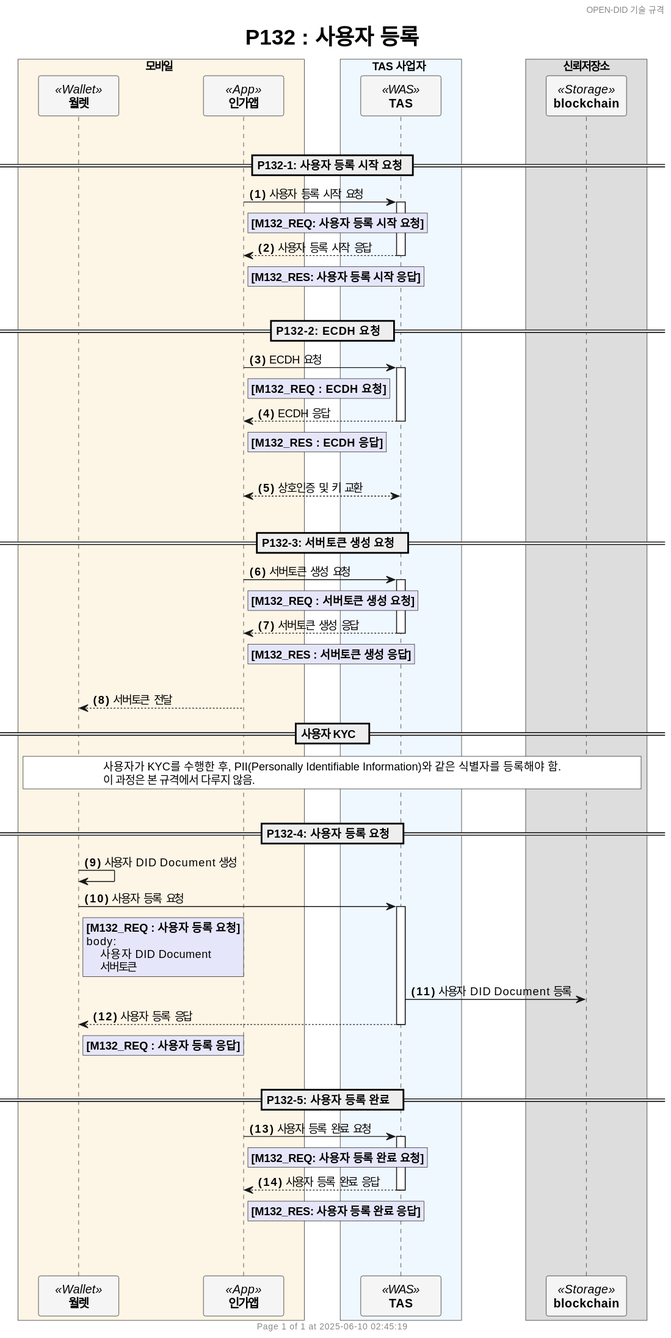
The PlantUML diagram docs/sequence/simple/images/P132_user_register_simple_ko.svg in OmniOneID/did-doc-architecture, before a commit. Its diagram source:
```plantuml
@startuml
header OPEN-DID 기술 규격
footer
  	Page %page% of %lastpage% at %date("yyyy-MM-dd hh:mm:ss")
end footer

title
	<size:25>P132 : 사용자 등록</size>
end title

autonumber "<b>(#)</b>"

skinparam ParticipantPadding 20
skinparam BoxPadding 20
skinparam MaxMessageSize 500
skinparam MinClassWidth 80


box 모바일 #OldLace
    participant "**월렛**" as WALLET <<Wallet>> #WhiteSmoke
    participant "**인가앱**" as CA <<App>> #WhiteSmoke
end box

box TAS 사업자 #AliceBlue
    participant "**TAS**" as TAS <<WAS>> #WhiteSmoke
end box

box 신뢰저장소
    participant "**blockchain**" as BC <<Storage>> #WhiteSmoke
end box

!$refdoc = "별도 문서 참조"
!$doc = "데이터명세 문서 참조"

|||

== P132-1: 사용자 등록 시작 요청 ==
CA -> TAS++: 사용자 등록 시작 요청
rnote right of CA #Lavender
    **[M132_REQ: 사용자 등록 시작 요청]**
end note

TAS --> CA--: 사용자 등록 시작 응답
rnote right of CA #Lavender
    **[M132_RES: 사용자 등록 시작 응답]**
end note


|||
== P132-2: ECDH 요청  ==
CA -> TAS++ : ECDH 요청
rnote right of CA #Lavender
    **[M132_REQ : ECDH 요청]**
end note

TAS --> CA--: ECDH 응답
rnote right of CA #Lavender
    **[M132_RES : ECDH 응답]**
end note

|||
CA <--> TAS : 상호인증 및 키 교환

|||
== P132-3: 서버토큰 생성 요청  ==
CA -> TAS++ : 서버토큰 생성 요청
rnote right of CA #Lavender
    **[M132_REQ : 서버토큰 생성 요청]**
end note

TAS --> CA--: 서버토큰 생성 응답
rnote right of CA #Lavender
    **[M132_RES : 서버토큰 생성 응답]**
end note

|||
CA --> WALLET : 서버토큰 전달


== 사용자 KYC  ==
rnote across #white
    사용자가 KYC를 수행한 후, PII(Personally Identifiable Information)와 같은 식별자를 등록해야 함.
    이 과정은 본 규격에서 다루지 않음.
end note


|||
== P132-4: 사용자 등록 요청  ==
WALLET -> WALLET: 사용자 DID Document 생성

WALLET -> TAS++: 사용자 등록 요청
rnote right of WALLET #Lavender
    **[M132_REQ : 사용자 등록 요청]**
    body:
        사용자 DID Document
        서버토큰
end note

TAS -> BC: 사용자 DID Document 등록

TAS --> WALLET--: 사용자 등록 응답
rnote right of WALLET #Lavender
    **[M132_REQ : 사용자 등록 응답]**
end note


|||
== P132-5: 사용자 등록 완료  ==
CA -> TAS++: 사용자 등록 완료 요청
rnote right of CA #Lavender
    **[M132_REQ: 사용자 등록 완료 요청]**
end note

TAS --> CA--: 사용자 등록 완료 응답
rnote right of CA #Lavender
    **[M132_RES: 사용자 등록 완료 응답]**
end note

|||
|||
@enduml
```
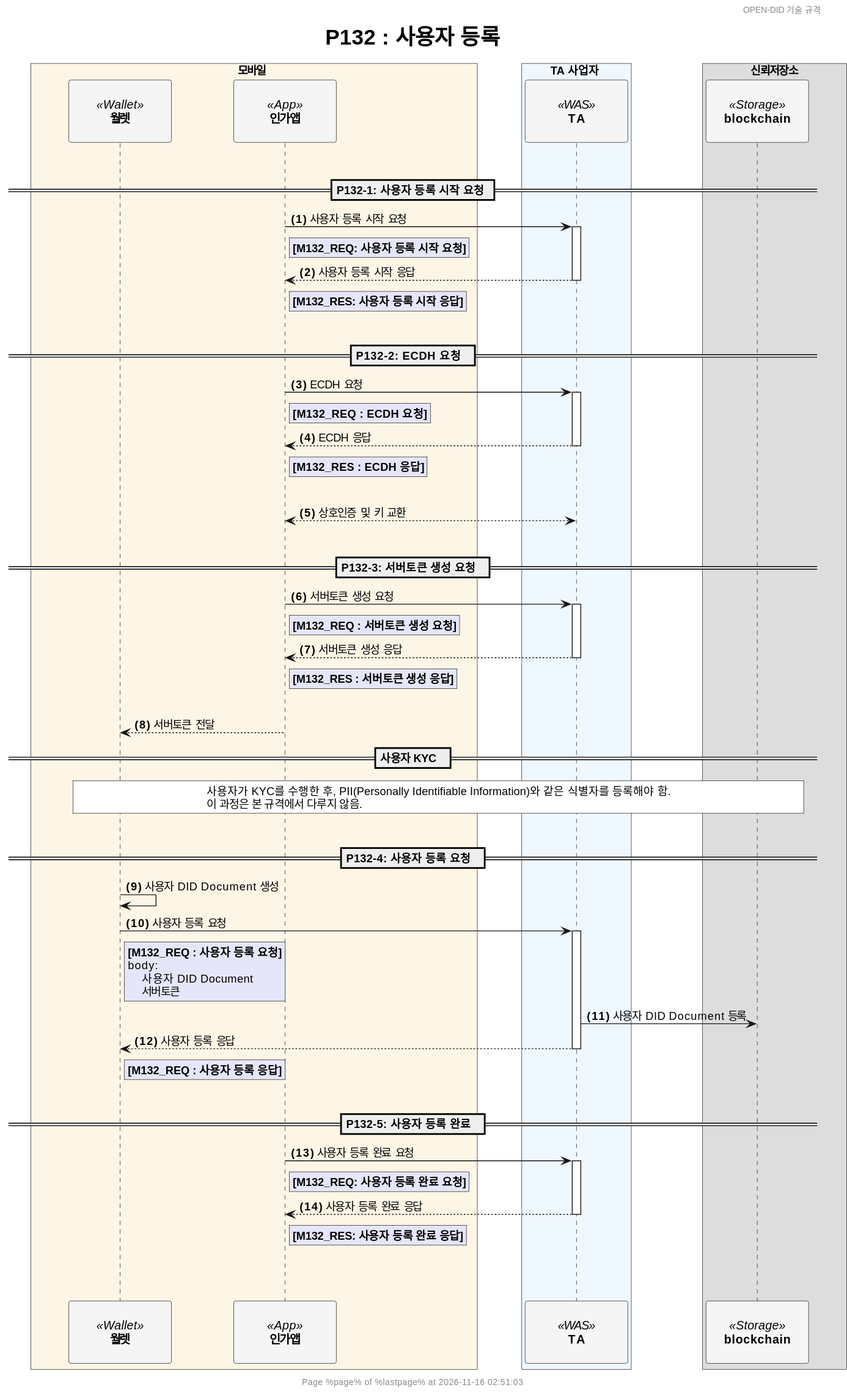
The same diagram one commit later.

What changed in the source:
```diff
@@ -10,7 +10,11 @@
 
 autonumber "<b>(#)</b>"
 
-skinparam ParticipantPadding 20
+<style>
+participant {
+  Padding 20
+}
+</style>
 skinparam BoxPadding 20
 skinparam MaxMessageSize 500
 skinparam MinClassWidth 80
@@ -21,8 +25,8 @@
     participant "**인가앱**" as CA <<App>> #WhiteSmoke
 end box
 
-box TAS 사업자 #AliceBlue
-    participant "**TAS**" as TAS <<WAS>> #WhiteSmoke
+box TA 사업자 #AliceBlue
+    participant "**TA**" as TA <<WAS>> #WhiteSmoke
 end box
 
 box 신뢰저장소
@@ -35,12 +39,12 @@
 |||
 
 == P132-1: 사용자 등록 시작 요청 ==
-CA -> TAS++: 사용자 등록 시작 요청
+CA -> TA++: 사용자 등록 시작 요청
 rnote right of CA #Lavender
     **[M132_REQ: 사용자 등록 시작 요청]**
 end note
 
-TAS --> CA--: 사용자 등록 시작 응답
+TA --> CA--: 사용자 등록 시작 응답
 rnote right of CA #Lavender
     **[M132_RES: 사용자 등록 시작 응답]**
 end note
@@ -48,27 +52,27 @@
 
 |||
 == P132-2: ECDH 요청  ==
-CA -> TAS++ : ECDH 요청
+CA -> TA++ : ECDH 요청
 rnote right of CA #Lavender
     **[M132_REQ : ECDH 요청]**
 end note
 
-TAS --> CA--: ECDH 응답
+TA --> CA--: ECDH 응답
 rnote right of CA #Lavender
     **[M132_RES : ECDH 응답]**
 end note
 
 |||
-CA <--> TAS : 상호인증 및 키 교환
+CA <--> TA : 상호인증 및 키 교환
 
 |||
 == P132-3: 서버토큰 생성 요청  ==
-CA -> TAS++ : 서버토큰 생성 요청
+CA -> TA++ : 서버토큰 생성 요청
 rnote right of CA #Lavender
     **[M132_REQ : 서버토큰 생성 요청]**
 end note
 
-TAS --> CA--: 서버토큰 생성 응답
+TA --> CA--: 서버토큰 생성 응답
 rnote right of CA #Lavender
     **[M132_RES : 서버토큰 생성 응답]**
 end note
@@ -88,7 +92,7 @@
 == P132-4: 사용자 등록 요청  ==
 WALLET -> WALLET: 사용자 DID Document 생성
 
-WALLET -> TAS++: 사용자 등록 요청
+WALLET -> TA++: 사용자 등록 요청
 rnote right of WALLET #Lavender
     **[M132_REQ : 사용자 등록 요청]**
     body:
@@ -96,9 +100,9 @@
         서버토큰
 end note
 
-TAS -> BC: 사용자 DID Document 등록
+TA -> BC: 사용자 DID Document 등록
 
-TAS --> WALLET--: 사용자 등록 응답
+TA --> WALLET--: 사용자 등록 응답
 rnote right of WALLET #Lavender
     **[M132_REQ : 사용자 등록 응답]**
 end note
@@ -106,12 +110,12 @@
 
 |||
 == P132-5: 사용자 등록 완료  ==
-CA -> TAS++: 사용자 등록 완료 요청
+CA -> TA++: 사용자 등록 완료 요청
 rnote right of CA #Lavender
     **[M132_REQ: 사용자 등록 완료 요청]**
 end note
 
-TAS --> CA--: 사용자 등록 완료 응답
+TA --> CA--: 사용자 등록 완료 응답
 rnote right of CA #Lavender
     **[M132_RES: 사용자 등록 완료 응답]**
 end note
```
